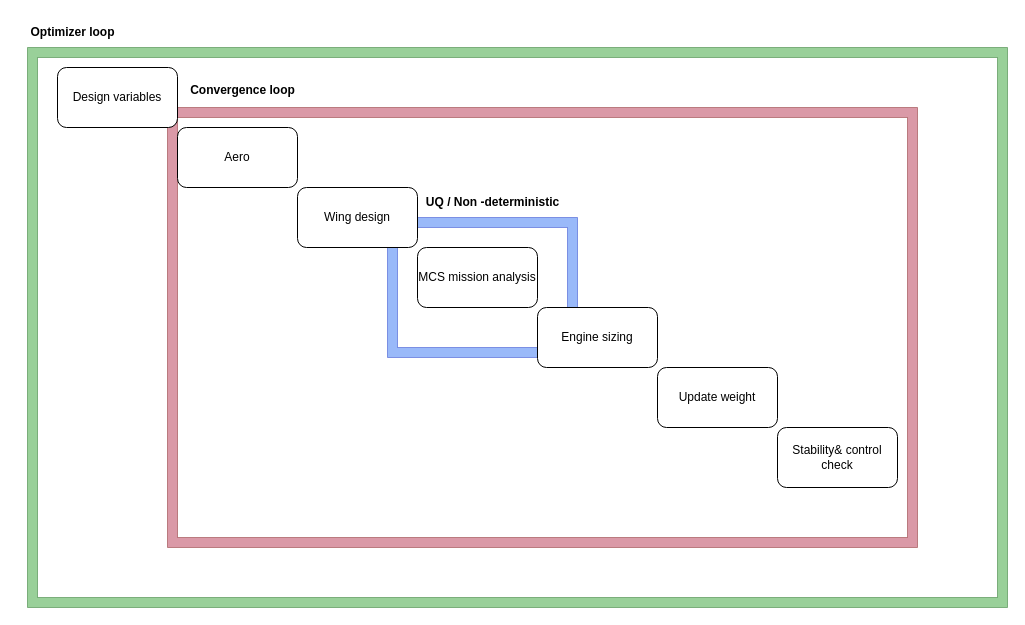
Before: Untitled Diagram.drawio in dmkeijzer/RBDOWigeon-paper, a draw.io diagram. Source tidied: cells renumbered, new cells numbered last; positions are measured from the earlier drawing's top-left corner, leaving out a move shared by most shapes. Both pictures are drawn from the tidied source at 100%, with x=0, y=0 at pixel (17, 17).
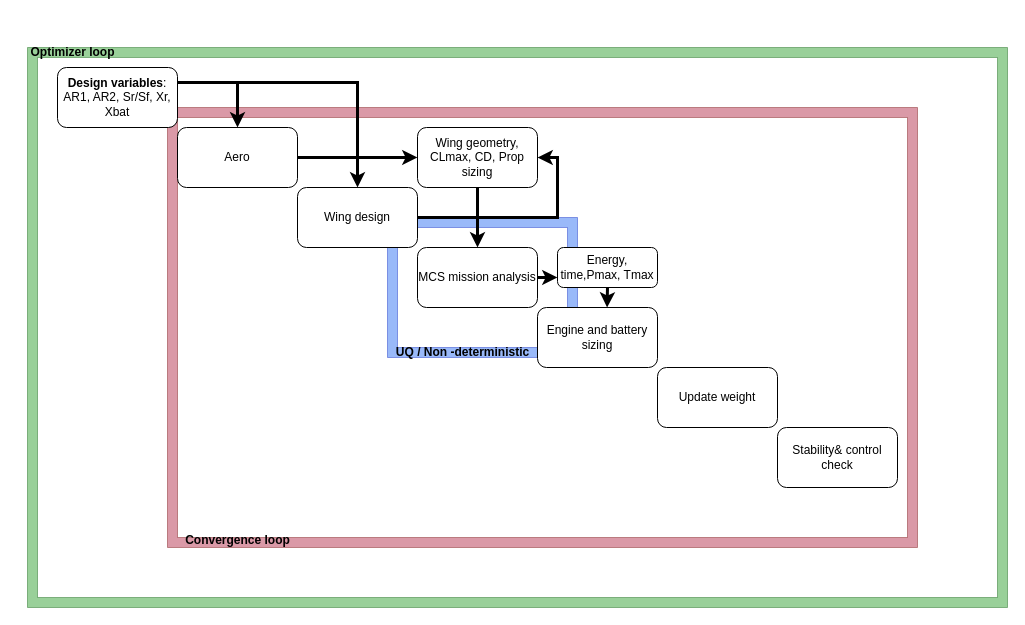
The same page after the edit.

The change refers to these unchanged cells:
```xml
<mxCell id="6" value="Aero" style="rounded=1;whiteSpace=wrap;html=1;" parent="1" vertex="1">
  <mxGeometry x="160" y="110" width="120" height="60" as="geometry" />
</mxCell>
<mxCell id="7" value="Wing design" style="rounded=1;whiteSpace=wrap;html=1;" parent="1" vertex="1">
  <mxGeometry x="280" y="170" width="120" height="60" as="geometry" />
</mxCell>
<mxCell id="8" value="MCS mission analysis" style="rounded=1;whiteSpace=wrap;html=1;" parent="1" vertex="1">
  <mxGeometry x="400" y="230" width="120" height="60" as="geometry" />
</mxCell>
```

The edit, as a diff of the source:
```diff
@@
+    <mxCell id="15" style="edgeStyle=orthogonalEdgeStyle;rounded=0;jettySize=auto;html=1;exitX=1;exitY=0.25;exitDx=0;exitDy=0;strokeWidth=3;" parent="1" edge="1" source="5" target="6">
+      <mxGeometry relative="1" as="geometry">
+        <Array as="points">
+          <mxPoint x="220" y="65" />
+        </Array>
+      </mxGeometry>
+    </mxCell>
+    <mxCell id="16" style="edgeStyle=orthogonalEdgeStyle;shape=connector;rounded=0;jettySize=auto;html=1;exitX=1;exitY=0.25;exitDx=0;exitDy=0;entryX=0.5;entryY=0;entryDx=0;entryDy=0;labelBackgroundColor=default;strokeColor=default;strokeWidth=3;fontFamily=Helvetica;fontSize=11;fontColor=default;endArrow=classic;" parent="1" edge="1" source="5" target="7">
+      <mxGeometry relative="1" as="geometry" />
+    </mxCell>
-    <mxCell id="5" value="Design variables" style="rounded=1;whiteSpace=wrap;html=1;" parent="1" vertex="1">
+    <mxCell id="5" value="&lt;div&gt;&lt;b&gt;Design variables&lt;/b&gt;:&lt;/div&gt;&lt;div&gt;AR1, AR2, Sr/Sf, Xr, Xbat &lt;br&gt;&lt;/div&gt;" style="rounded=1;whiteSpace=wrap;html=1;" parent="1" vertex="1">
       <mxGeometry x="40" y="50" width="120" height="60" as="geometry" />
     </mxCell>
+    <mxCell id="17" style="edgeStyle=orthogonalEdgeStyle;shape=connector;rounded=0;jettySize=auto;html=1;exitX=1;exitY=0.5;exitDx=0;exitDy=0;labelBackgroundColor=default;strokeColor=default;strokeWidth=3;fontFamily=Helvetica;fontSize=11;fontColor=default;endArrow=classic;" parent="1" edge="1" source="6" target="21">
+      <mxGeometry relative="1" as="geometry" />
+    </mxCell>
@@
+    <mxCell id="18" style="edgeStyle=orthogonalEdgeStyle;shape=connector;rounded=0;jettySize=auto;html=1;exitX=1;exitY=0.5;exitDx=0;exitDy=0;entryX=1;entryY=0.5;entryDx=0;entryDy=0;labelBackgroundColor=default;strokeColor=default;strokeWidth=3;fontFamily=Helvetica;fontSize=11;fontColor=default;endArrow=classic;" parent="1" edge="1" source="7" target="21">
+      <mxGeometry relative="1" as="geometry" />
+    </mxCell>
@@
+    <mxCell id="19" style="edgeStyle=orthogonalEdgeStyle;shape=connector;rounded=0;jettySize=auto;html=1;exitX=1;exitY=0.5;exitDx=0;exitDy=0;entryX=0;entryY=0.75;entryDx=0;entryDy=0;labelBackgroundColor=default;strokeColor=default;strokeWidth=3;fontFamily=Helvetica;fontSize=11;fontColor=default;endArrow=classic;" parent="1" edge="1" source="8" target="23">
+      <mxGeometry relative="1" as="geometry" />
+    </mxCell>
@@
-    <mxCell id="9" value="Engine sizing" style="rounded=1;whiteSpace=wrap;html=1;" parent="1" vertex="1">
+    <mxCell id="9" value="Engine and battery sizing" style="rounded=1;whiteSpace=wrap;html=1;" parent="1" vertex="1">
       <mxGeometry x="520" y="290" width="120" height="60" as="geometry" />
     </mxCell>
@@
     <mxCell id="12" value="UQ / Non -deterministic" style="text;html=1;align=center;verticalAlign=middle;strokeColor=none;fillColor=none;fontStyle=1;" parent="1" vertex="1">
-      <mxGeometry x="390" y="170" width="170" height="30" as="geometry" />
+      <mxGeometry x="360" y="320" width="170" height="30" as="geometry" />
     </mxCell>
     <mxCell id="13" value="&lt;div&gt;Convergence loop&lt;/div&gt;&lt;div&gt;&lt;br&gt;&lt;/div&gt;" style="text;html=1;align=center;verticalAlign=middle;strokeColor=none;fillColor=none;fontStyle=1;" parent="1" vertex="1">
-      <mxGeometry x="155" y="60" width="140" height="40" as="geometry" />
+      <mxGeometry x="150" y="510" width="140" height="40" as="geometry" />
     </mxCell>
     <mxCell id="14" value="Optimizer loop" style="text;html=1;align=center;verticalAlign=middle;strokeColor=none;fillColor=none;fontStyle=1;" parent="1" vertex="1">
-      <mxGeometry width="110" height="30" as="geometry" />
+      <mxGeometry y="20" width="110" height="30" as="geometry" />
     </mxCell>
+    <mxCell id="20" style="edgeStyle=orthogonalEdgeStyle;shape=connector;rounded=0;jettySize=auto;html=1;exitX=0.5;exitY=1;exitDx=0;exitDy=0;entryX=0.5;entryY=0;entryDx=0;entryDy=0;labelBackgroundColor=default;strokeColor=default;strokeWidth=3;fontFamily=Helvetica;fontSize=11;fontColor=default;endArrow=classic;" parent="1" edge="1" source="21" target="8">
+      <mxGeometry relative="1" as="geometry" />
+    </mxCell>
+    <mxCell id="21" value="Wing geometry, CLmax, CD, Prop sizing" style="rounded=1;whiteSpace=wrap;html=1;" parent="1" vertex="1">
+      <mxGeometry x="400" y="110" width="120" height="60" as="geometry" />
+    </mxCell>
+    <mxCell id="22" style="edgeStyle=orthogonalEdgeStyle;shape=connector;rounded=0;jettySize=auto;html=1;exitX=0.5;exitY=1;exitDx=0;exitDy=0;entryX=0.58;entryY=0;entryDx=0;entryDy=0;entryPerimeter=0;labelBackgroundColor=default;strokeColor=default;strokeWidth=3;fontFamily=Helvetica;fontSize=11;fontColor=default;endArrow=classic;" parent="1" edge="1" source="23" target="9">
+      <mxGeometry relative="1" as="geometry" />
+    </mxCell>
+    <mxCell id="23" value="Energy, time,Pmax, Tmax" style="rounded=1;whiteSpace=wrap;html=1;" parent="1" vertex="1">
+      <mxGeometry x="540" y="230" width="100" height="40" as="geometry" />
+    </mxCell>
```
